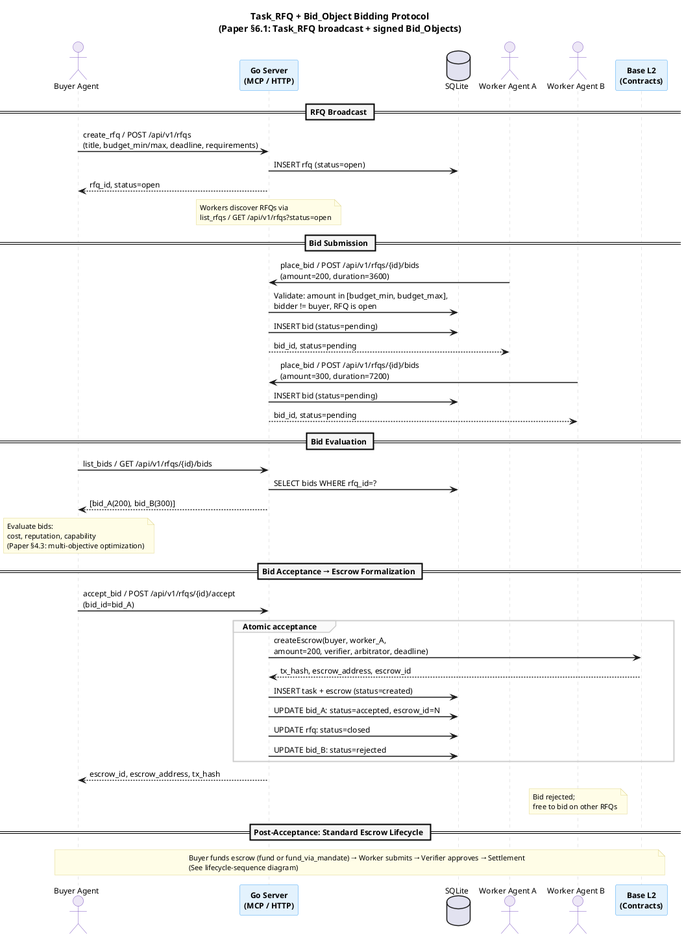
Earlier version of the PlantUML export docs/diagrams/bidding-sequence.png (eddiefleurent/agent-escrow). Its source is kept beside it as docs/diagrams/bidding-sequence.puml.
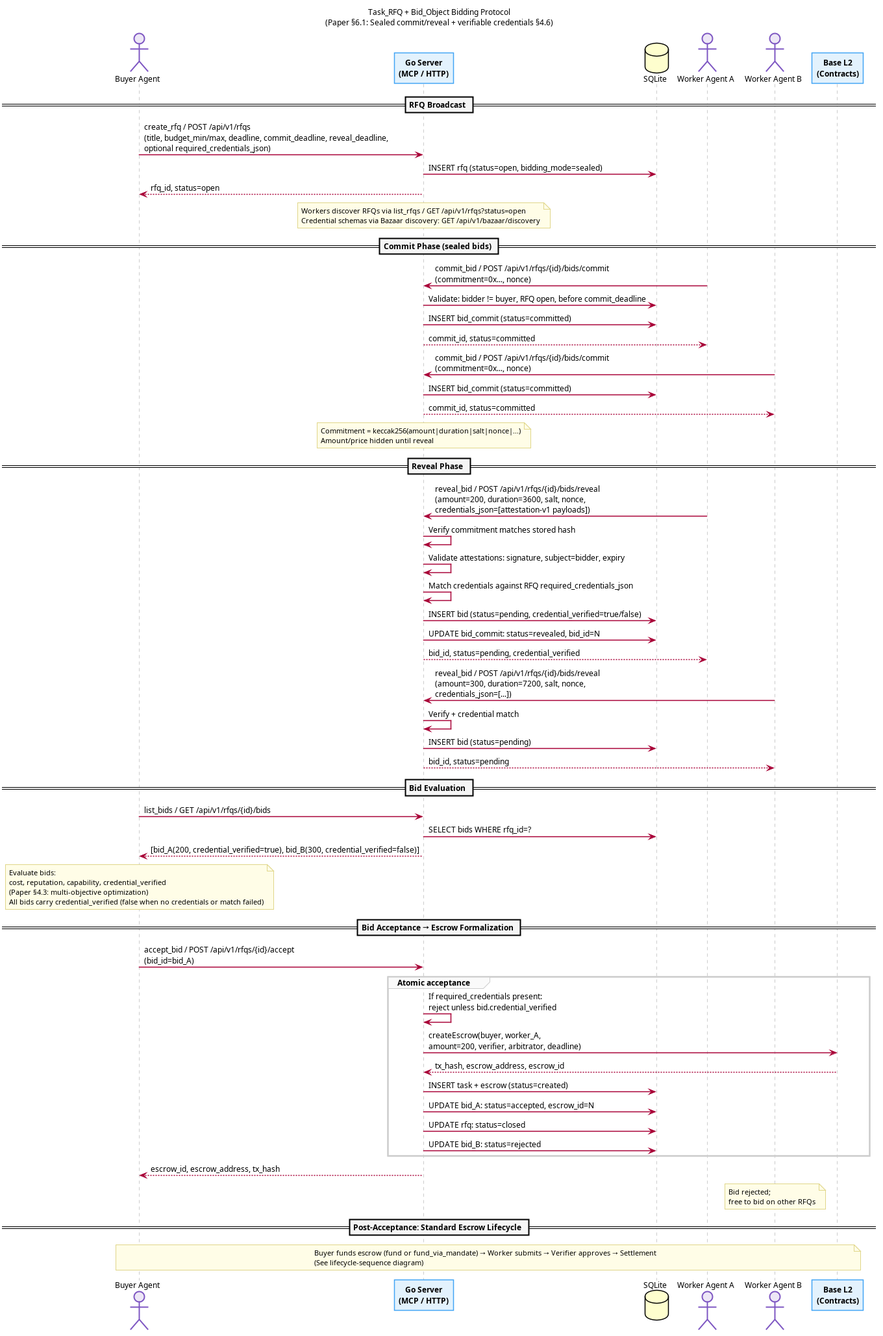
The same file after the commit.

The edit, as a diff of the source:
```diff
@@ -27,7 +27,7 @@
   FontSize 11
 }
 
-title Task_RFQ + Bid_Object Bidding Protocol\n(Paper §6.1: Task_RFQ broadcast + signed Bid_Objects)
+title Task_RFQ + Bid_Object Bidding Protocol\n(Paper §6.1: Sealed commit/reveal + verifiable credentials §4.6)
 
 actor "Buyer Agent" as Buyer
 participant "Go Server\n(MCP / HTTP)" as Server
@@ -38,20 +38,37 @@
 
 == RFQ Broadcast ==
 
-Buyer -> Server : create_rfq / POST /api/v1/rfqs\n(title, budget_min/max, deadline, requirements)
-Server -> DB : INSERT rfq (status=open)
+Buyer -> Server : create_rfq / POST /api/v1/rfqs\n(title, budget_min/max, deadline, commit_deadline, reveal_deadline,\noptional required_credentials_json)
+Server -> DB : INSERT rfq (status=open, bidding_mode=sealed)
 Server --> Buyer : rfq_id, status=open
 
-note over Server : Workers discover RFQs via\nlist_rfqs / GET /api/v1/rfqs?status=open
+note over Server : Workers discover RFQs via list_rfqs / GET /api/v1/rfqs?status=open\nCredential schemas via Bazaar discovery: GET /api/v1/bazaar/discovery
 
-== Bid Submission ==
+== Commit Phase (sealed bids) ==
 
-WorkerA -> Server : place_bid / POST /api/v1/rfqs/{id}/bids\n(amount=200, duration=3600)
-Server -> DB : Validate: amount in [budget_min, budget_max],\nbidder != buyer, RFQ is open
-Server -> DB : INSERT bid (status=pending)
-Server --> WorkerA : bid_id, status=pending
+WorkerA -> Server : commit_bid / POST /api/v1/rfqs/{id}/bids/commit\n(commitment=0x..., nonce)
+Server -> DB : Validate: bidder != buyer, RFQ open, before commit_deadline
+Server -> DB : INSERT bid_commit (status=committed)
+Server --> WorkerA : commit_id, status=committed
 
-WorkerB -> Server : place_bid / POST /api/v1/rfqs/{id}/bids\n(amount=300, duration=7200)
+WorkerB -> Server : commit_bid / POST /api/v1/rfqs/{id}/bids/commit\n(commitment=0x..., nonce)
+Server -> DB : INSERT bid_commit (status=committed)
+Server --> WorkerB : commit_id, status=committed
+
+note over Server : Commitment = keccak256(amount|duration|salt|nonce|...)\nAmount/price hidden until reveal
+
+== Reveal Phase ==
+
+WorkerA -> Server : reveal_bid / POST /api/v1/rfqs/{id}/bids/reveal\n(amount=200, duration=3600, salt, nonce,\ncredentials_json=[attestation-v1 payloads])
+Server -> Server : Verify commitment matches stored hash
+Server -> Server : Validate attestations: signature, subject=bidder, expiry
+Server -> Server : Match credentials against RFQ required_credentials_json
+Server -> DB : INSERT bid (status=pending, credential_verified=true/false)
+Server -> DB : UPDATE bid_commit: status=revealed, bid_id=N
+Server --> WorkerA : bid_id, status=pending, credential_verified
+
+WorkerB -> Server : reveal_bid / POST /api/v1/rfqs/{id}/bids/reveal\n(amount=300, duration=7200, salt, nonce,\ncredentials_json=[...])
+Server -> Server : Verify + credential match
 Server -> DB : INSERT bid (status=pending)
 Server --> WorkerB : bid_id, status=pending
 
@@ -59,15 +76,16 @@
 
 Buyer -> Server : list_bids / GET /api/v1/rfqs/{id}/bids
 Server -> DB : SELECT bids WHERE rfq_id=?
-Server --> Buyer : [bid_A(200), bid_B(300)]
+Server --> Buyer : [bid_A(200, credential_verified=true), bid_B(300, credential_verified=false)]
 
-note over Buyer : Evaluate bids:\ncost, reputation, capability\n(Paper §4.3: multi-objective optimization)
+note over Buyer : Evaluate bids:\ncost, reputation, capability, credential_verified\n(Paper §4.3: multi-objective optimization)\nAll bids carry credential_verified (false when no credentials or match failed)
 
 == Bid Acceptance → Escrow Formalization ==
 
 Buyer -> Server : accept_bid / POST /api/v1/rfqs/{id}/accept\n(bid_id=bid_A)
 
 group Atomic acceptance
+  Server -> Server : If required_credentials present:\nreject unless bid.credential_verified
   Server -> Chain : createEscrow(buyer, worker_A,\namount=200, verifier, arbitrator, deadline)
   Chain --> Server : tx_hash, escrow_address, escrow_id
 
```
